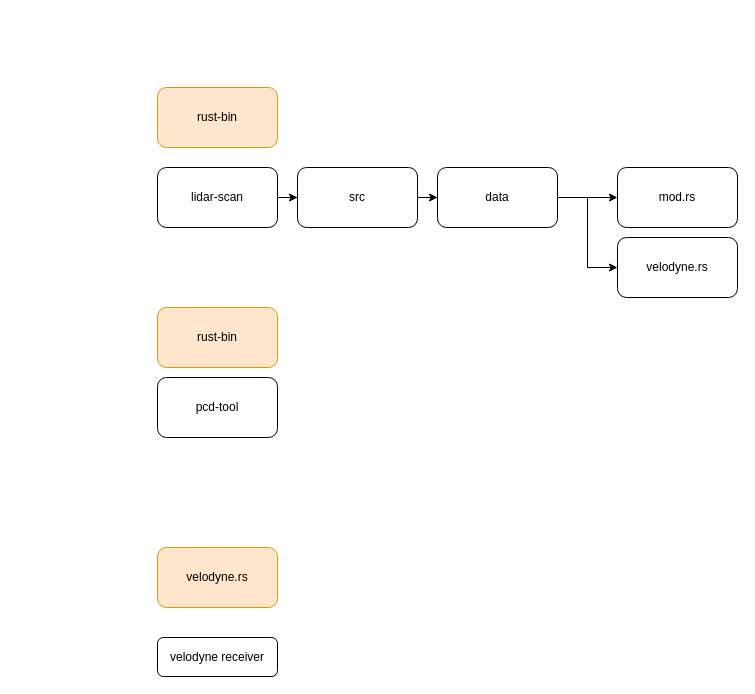
Above: lidar-scan.drawio in YueChuCheng/Wayside_draw (draw.io), before the change. Source tidied: cells renumbered, new cells numbered last; positions are measured from the earlier drawing's top-left corner, leaving out a move shared by most shapes. Both pictures are drawn from the tidied source at 100%, with x=0, y=0 at pixel (157, 87).
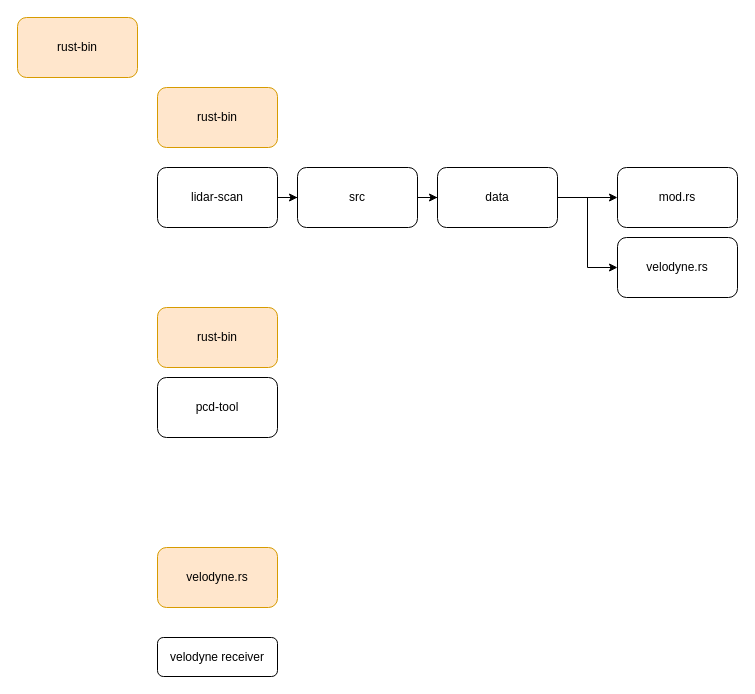
The same page after the edit.

Change to the diagram source:
```diff
@@
 <mxGraphModel>
   <root>
     <mxCell id="0" />
     <mxCell id="1" parent="0" />
     <mxCell id="2" style="edgeStyle=orthogonalEdgeStyle;rounded=0;jettySize=auto;html=1;" parent="1" edge="1" source="3" target="9">
       <mxGeometry relative="1" as="geometry" />
     </mxCell>
     <mxCell id="3" value="lidar-scan" style="rounded=1;whiteSpace=wrap;html=1;" parent="1" vertex="1">
       <mxGeometry y="80" width="120" height="60" as="geometry" />
     </mxCell>
     <mxCell id="4" style="edgeStyle=orthogonalEdgeStyle;rounded=0;jettySize=auto;html=1;" parent="1" edge="1" source="6" target="7">
       <mxGeometry relative="1" as="geometry" />
     </mxCell>
     <mxCell id="5" style="edgeStyle=orthogonalEdgeStyle;rounded=0;jettySize=auto;html=1;entryX=0;entryY=0.5;entryDx=0;entryDy=0;" parent="1" edge="1" source="6" target="10">
       <mxGeometry relative="1" as="geometry" />
     </mxCell>
     <mxCell id="6" value="data" style="rounded=1;whiteSpace=wrap;html=1;" parent="1" vertex="1">
       <mxGeometry x="280" y="80" width="120" height="60" as="geometry" />
     </mxCell>
     <mxCell id="7" value="mod.rs" style="rounded=1;whiteSpace=wrap;html=1;" parent="1" vertex="1">
       <mxGeometry x="460" y="80" width="120" height="60" as="geometry" />
     </mxCell>
     <mxCell id="8" style="edgeStyle=orthogonalEdgeStyle;rounded=0;jettySize=auto;html=1;" parent="1" edge="1" source="9" target="6">
       <mxGeometry relative="1" as="geometry" />
     </mxCell>
     <mxCell id="9" value="src" style="rounded=1;whiteSpace=wrap;html=1;" parent="1" vertex="1">
       <mxGeometry x="140" y="80" width="120" height="60" as="geometry" />
     </mxCell>
     <mxCell id="10" value="velodyne.rs&lt;br&gt;" style="rounded=1;whiteSpace=wrap;html=1;" parent="1" vertex="1">
       <mxGeometry x="460" y="150" width="120" height="60" as="geometry" />
     </mxCell>
     <mxCell id="11" value="velodyne.rs&lt;br&gt;" style="rounded=1;whiteSpace=wrap;html=1;fillColor=#ffe6cc;strokeColor=#d79b00;" parent="1" vertex="1">
       <mxGeometry y="460" width="120" height="60" as="geometry" />
     </mxCell>
     <mxCell id="12" value="velodyne receiver" style="rounded=1;whiteSpace=wrap;html=1;" parent="1" vertex="1">
       <mxGeometry y="550" width="120" height="39" as="geometry" />
     </mxCell>
     <mxCell id="13" value="rust-bin" style="rounded=1;whiteSpace=wrap;html=1;fillColor=#ffe6cc;strokeColor=#d79b00;" parent="1" vertex="1">
       <mxGeometry width="120" height="60" as="geometry" />
     </mxCell>
     <mxCell id="14" value="rust-bin" style="rounded=1;whiteSpace=wrap;html=1;fillColor=#ffe6cc;strokeColor=#d79b00;" parent="1" vertex="1">
       <mxGeometry y="220" width="120" height="60" as="geometry" />
     </mxCell>
     <mxCell id="15" value="pcd-tool" style="rounded=1;whiteSpace=wrap;html=1;" parent="1" vertex="1">
       <mxGeometry y="290" width="120" height="60" as="geometry" />
     </mxCell>
+    <mxCell id="16" value="rust-bin" style="rounded=1;whiteSpace=wrap;html=1;fillColor=#ffe6cc;strokeColor=#d79b00;" parent="1" vertex="1">
+      <mxGeometry x="-140" y="-70" width="120" height="60" as="geometry" />
+    </mxCell>
   </root>
 </mxGraphModel>
```
